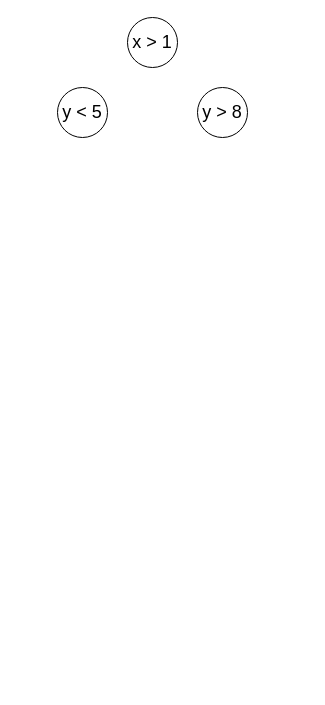
Before: online-random-forest.drawio in Zhang-Liao/draw-io, a draw.io diagram. Source tidied: cells renumbered, new cells numbered last; positions are measured from the earlier drawing's top-left corner, leaving out a move shared by most shapes. Both pictures are drawn from the tidied source at 100%, with x=0, y=0 at pixel (57, 17).
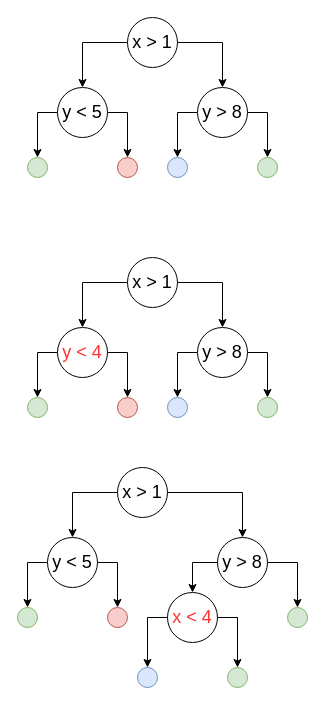
After the change.

Diff of the diagram source:
```diff
@@
+    <mxCell id="5" style="group;" parent="1" vertex="1">
+      <mxGeometry x="-30" width="250" height="160" as="geometry" />
+    </mxCell>
+    <mxCell id="6" style="edgeStyle=orthogonalEdgeStyle;rounded=0;jettySize=auto;html=1;entryX=0.5;entryY=0;entryDx=0;entryDy=0;" parent="5" edge="1" source="2" target="3">
+      <mxGeometry relative="1" as="geometry" />
+    </mxCell>
+    <mxCell id="7" style="edgeStyle=orthogonalEdgeStyle;rounded=0;jettySize=auto;html=1;" parent="5" edge="1" source="2" target="4">
+      <mxGeometry relative="1" as="geometry" />
+    </mxCell>
-    <mxCell id="2" value="&lt;font style=&quot;font-size: 18px;&quot;&gt;x &amp;gt; 1&lt;/font&gt;" style="ellipse;whiteSpace=wrap;html=1;" parent="1" vertex="1">
-      <mxGeometry x="70" width="50" height="50" as="geometry" />
+    <mxCell id="2" value="&lt;font style=&quot;font-size: 18px;&quot;&gt;x &amp;gt; 1&lt;/font&gt;" style="ellipse;whiteSpace=wrap;html=1;" parent="5" vertex="1">
+      <mxGeometry x="100" width="50" height="50" as="geometry" />
     </mxCell>
+    <mxCell id="8" style="edgeStyle=orthogonalEdgeStyle;rounded=0;jettySize=auto;html=1;" parent="5" edge="1" source="3" target="12">
+      <mxGeometry relative="1" as="geometry" />
+    </mxCell>
+    <mxCell id="9" style="edgeStyle=orthogonalEdgeStyle;rounded=0;jettySize=auto;html=1;entryX=0.5;entryY=0;entryDx=0;entryDy=0;" parent="5" edge="1" source="3" target="13">
+      <mxGeometry relative="1" as="geometry" />
+    </mxCell>
-    <mxCell id="3" value="&lt;font style=&quot;font-size: 18px;&quot;&gt;y &amp;lt; 5&lt;/font&gt;" style="ellipse;whiteSpace=wrap;html=1;" parent="1" vertex="1">
-      <mxGeometry y="70" width="50" height="50" as="geometry" />
+    <mxCell id="3" value="&lt;font style=&quot;font-size: 18px;&quot;&gt;y &amp;lt; 5&lt;/font&gt;" style="ellipse;whiteSpace=wrap;html=1;" parent="5" vertex="1">
+      <mxGeometry x="30" y="70" width="50" height="50" as="geometry" />
     </mxCell>
+    <mxCell id="10" style="edgeStyle=orthogonalEdgeStyle;rounded=0;jettySize=auto;html=1;" parent="5" edge="1" source="4" target="15">
+      <mxGeometry relative="1" as="geometry" />
+    </mxCell>
+    <mxCell id="11" style="edgeStyle=orthogonalEdgeStyle;rounded=0;jettySize=auto;html=1;exitX=1;exitY=0.5;exitDx=0;exitDy=0;entryX=0.5;entryY=0;entryDx=0;entryDy=0;" parent="5" edge="1" source="4" target="16">
+      <mxGeometry relative="1" as="geometry" />
+    </mxCell>
-    <mxCell id="4" value="&lt;font style=&quot;font-size: 18px;&quot;&gt;y &amp;gt; 8&lt;/font&gt;" style="ellipse;whiteSpace=wrap;html=1;" parent="1" vertex="1">
-      <mxGeometry x="140" y="70" width="50" height="50" as="geometry" />
+    <mxCell id="4" value="&lt;font style=&quot;font-size: 18px;&quot;&gt;y &amp;gt; 8&lt;/font&gt;" style="ellipse;whiteSpace=wrap;html=1;" parent="5" vertex="1">
+      <mxGeometry x="170" y="70" width="50" height="50" as="geometry" />
     </mxCell>
+    <mxCell id="12" style="ellipse;whiteSpace=wrap;html=1;fillColor=#d5e8d4;strokeColor=#82b366;" parent="5" vertex="1">
+      <mxGeometry y="140" width="20" height="20" as="geometry" />
+    </mxCell>
+    <mxCell id="13" style="ellipse;whiteSpace=wrap;html=1;fillColor=#f8cecc;strokeColor=#b85450;" parent="5" vertex="1">
+      <mxGeometry x="90" y="140" width="20" height="20" as="geometry" />
+    </mxCell>
+    <mxCell id="14" style="edgeStyle=orthogonalEdgeStyle;rounded=0;orthogonalLoop=1;jettySize=auto;html=1;exitX=0.5;exitY=1;exitDx=0;exitDy=0;" parent="5" edge="1" source="13" target="13">
+      <mxGeometry relative="1" as="geometry" />
+    </mxCell>
+    <mxCell id="15" style="ellipse;whiteSpace=wrap;html=1;fillColor=#dae8fc;strokeColor=#6c8ebf;" parent="5" vertex="1">
+      <mxGeometry x="140" y="140" width="20" height="20" as="geometry" />
+    </mxCell>
+    <mxCell id="16" style="ellipse;whiteSpace=wrap;html=1;fillColor=#d5e8d4;strokeColor=#82b366;" parent="5" vertex="1">
+      <mxGeometry x="230" y="140" width="20" height="20" as="geometry" />
+    </mxCell>
+    <mxCell id="17" style="edgeStyle=orthogonalEdgeStyle;rounded=0;jettySize=auto;html=1;entryX=0.5;entryY=0;entryDx=0;entryDy=0;" parent="1" edge="1" source="19" target="22">
+      <mxGeometry relative="1" as="geometry" />
+    </mxCell>
+    <mxCell id="18" style="edgeStyle=orthogonalEdgeStyle;rounded=0;jettySize=auto;html=1;" parent="1" edge="1" source="19" target="25">
+      <mxGeometry relative="1" as="geometry" />
+    </mxCell>
+    <mxCell id="19" value="&lt;font style=&quot;font-size: 18px;&quot;&gt;x &amp;gt; 1&lt;/font&gt;" style="ellipse;whiteSpace=wrap;html=1;" parent="1" vertex="1">
+      <mxGeometry x="60" y="450" width="50" height="50" as="geometry" />
+    </mxCell>
+    <mxCell id="20" style="edgeStyle=orthogonalEdgeStyle;rounded=0;jettySize=auto;html=1;" parent="1" edge="1" source="22" target="26">
+      <mxGeometry relative="1" as="geometry" />
+    </mxCell>
+    <mxCell id="21" style="edgeStyle=orthogonalEdgeStyle;rounded=0;jettySize=auto;html=1;entryX=0.5;entryY=0;entryDx=0;entryDy=0;" parent="1" edge="1" source="22" target="27">
+      <mxGeometry relative="1" as="geometry" />
+    </mxCell>
+    <mxCell id="22" value="&lt;font style=&quot;font-size: 18px;&quot;&gt;y &amp;lt; 5&lt;/font&gt;" style="ellipse;whiteSpace=wrap;html=1;" parent="1" vertex="1">
+      <mxGeometry x="-10" y="520" width="50" height="50" as="geometry" />
+    </mxCell>
+    <mxCell id="23" style="edgeStyle=orthogonalEdgeStyle;rounded=0;jettySize=auto;html=1;exitX=1;exitY=0.5;exitDx=0;exitDy=0;entryX=0.5;entryY=0;entryDx=0;entryDy=0;" parent="1" edge="1" source="25" target="29">
+      <mxGeometry relative="1" as="geometry" />
+    </mxCell>
+    <mxCell id="24" style="edgeStyle=orthogonalEdgeStyle;rounded=0;jettySize=auto;html=1;exitX=0;exitY=0.5;exitDx=0;exitDy=0;" parent="1" edge="1" source="25" target="32">
+      <mxGeometry relative="1" as="geometry" />
+    </mxCell>
+    <mxCell id="25" value="&lt;font style=&quot;font-size: 18px;&quot;&gt;y &amp;gt; 8&lt;/font&gt;" style="ellipse;whiteSpace=wrap;html=1;" parent="1" vertex="1">
+      <mxGeometry x="160" y="520" width="50" height="50" as="geometry" />
+    </mxCell>
+    <mxCell id="26" style="ellipse;whiteSpace=wrap;html=1;fillColor=#d5e8d4;strokeColor=#82b366;" parent="1" vertex="1">
+      <mxGeometry x="-40" y="590" width="20" height="20" as="geometry" />
+    </mxCell>
+    <mxCell id="27" style="ellipse;whiteSpace=wrap;html=1;fillColor=#f8cecc;strokeColor=#b85450;" parent="1" vertex="1">
+      <mxGeometry x="50" y="590" width="20" height="20" as="geometry" />
+    </mxCell>
+    <mxCell id="28" style="edgeStyle=orthogonalEdgeStyle;rounded=0;orthogonalLoop=1;jettySize=auto;html=1;exitX=0.5;exitY=1;exitDx=0;exitDy=0;" parent="1" edge="1" source="27" target="27">
+      <mxGeometry relative="1" as="geometry" />
+    </mxCell>
+    <mxCell id="29" style="ellipse;whiteSpace=wrap;html=1;fillColor=#d5e8d4;strokeColor=#82b366;" parent="1" vertex="1">
+      <mxGeometry x="230" y="590" width="20" height="20" as="geometry" />
+    </mxCell>
+    <mxCell id="30" style="edgeStyle=orthogonalEdgeStyle;rounded=0;jettySize=auto;html=1;entryX=0.5;entryY=0;entryDx=0;entryDy=0;fontColor=#FF3333;" parent="1" edge="1" source="32" target="47">
+      <mxGeometry relative="1" as="geometry" />
+    </mxCell>
+    <mxCell id="31" style="edgeStyle=orthogonalEdgeStyle;rounded=0;jettySize=auto;html=1;exitX=1;exitY=0.5;exitDx=0;exitDy=0;entryX=0.5;entryY=0;entryDx=0;entryDy=0;fontColor=#FF3333;" parent="1" edge="1" source="32" target="48">
+      <mxGeometry relative="1" as="geometry" />
+    </mxCell>
+    <mxCell id="32" value="&lt;font style=&quot;font-size: 18px;&quot;&gt;x &amp;lt; 4&lt;/font&gt;" style="ellipse;whiteSpace=wrap;html=1;fontColor=#FF3333;" parent="1" vertex="1">
+      <mxGeometry x="110" y="575" width="50" height="50" as="geometry" />
+    </mxCell>
+    <mxCell id="33" style="edgeStyle=orthogonalEdgeStyle;rounded=0;jettySize=auto;html=1;entryX=0.5;entryY=0;entryDx=0;entryDy=0;" parent="1" edge="1" source="35" target="38">
+      <mxGeometry relative="1" as="geometry" />
+    </mxCell>
+    <mxCell id="34" style="edgeStyle=orthogonalEdgeStyle;rounded=0;jettySize=auto;html=1;" parent="1" edge="1" source="35" target="41">
+      <mxGeometry relative="1" as="geometry" />
+    </mxCell>
+    <mxCell id="35" value="&lt;font style=&quot;font-size: 18px;&quot;&gt;x &amp;gt; 1&lt;/font&gt;" style="ellipse;whiteSpace=wrap;html=1;" parent="1" vertex="1">
+      <mxGeometry x="70" y="240" width="50" height="50" as="geometry" />
+    </mxCell>
+    <mxCell id="36" style="edgeStyle=orthogonalEdgeStyle;rounded=0;jettySize=auto;html=1;" parent="1" edge="1" source="38" target="42">
+      <mxGeometry relative="1" as="geometry" />
+    </mxCell>
+    <mxCell id="37" style="edgeStyle=orthogonalEdgeStyle;rounded=0;jettySize=auto;html=1;entryX=0.5;entryY=0;entryDx=0;entryDy=0;" parent="1" edge="1" source="38" target="43">
+      <mxGeometry relative="1" as="geometry" />
+    </mxCell>
+    <mxCell id="38" value="&lt;font style=&quot;font-size: 18px; color: rgb(255, 51, 51);&quot;&gt;y &amp;lt; 4&lt;/font&gt;" style="ellipse;whiteSpace=wrap;html=1;" parent="1" vertex="1">
+      <mxGeometry y="310" width="50" height="50" as="geometry" />
+    </mxCell>
+    <mxCell id="39" style="edgeStyle=orthogonalEdgeStyle;rounded=0;jettySize=auto;html=1;" parent="1" edge="1" source="41" target="45">
+      <mxGeometry relative="1" as="geometry" />
+    </mxCell>
+    <mxCell id="40" style="edgeStyle=orthogonalEdgeStyle;rounded=0;jettySize=auto;html=1;exitX=1;exitY=0.5;exitDx=0;exitDy=0;entryX=0.5;entryY=0;entryDx=0;entryDy=0;" parent="1" edge="1" source="41" target="46">
+      <mxGeometry relative="1" as="geometry" />
+    </mxCell>
+    <mxCell id="41" value="&lt;font style=&quot;font-size: 18px;&quot;&gt;y &amp;gt; 8&lt;/font&gt;" style="ellipse;whiteSpace=wrap;html=1;" parent="1" vertex="1">
+      <mxGeometry x="140" y="310" width="50" height="50" as="geometry" />
+    </mxCell>
+    <mxCell id="42" style="ellipse;whiteSpace=wrap;html=1;fillColor=#d5e8d4;strokeColor=#82b366;" parent="1" vertex="1">
+      <mxGeometry x="-30" y="380" width="20" height="20" as="geometry" />
+    </mxCell>
+    <mxCell id="43" style="ellipse;whiteSpace=wrap;html=1;fillColor=#f8cecc;strokeColor=#b85450;" parent="1" vertex="1">
+      <mxGeometry x="60" y="380" width="20" height="20" as="geometry" />
+    </mxCell>
+    <mxCell id="44" style="edgeStyle=orthogonalEdgeStyle;rounded=0;orthogonalLoop=1;jettySize=auto;html=1;exitX=0.5;exitY=1;exitDx=0;exitDy=0;" parent="1" edge="1" source="43" target="43">
+      <mxGeometry relative="1" as="geometry" />
+    </mxCell>
+    <mxCell id="45" style="ellipse;whiteSpace=wrap;html=1;fillColor=#dae8fc;strokeColor=#6c8ebf;" parent="1" vertex="1">
+      <mxGeometry x="110" y="380" width="20" height="20" as="geometry" />
+    </mxCell>
+    <mxCell id="46" style="ellipse;whiteSpace=wrap;html=1;fillColor=#d5e8d4;strokeColor=#82b366;" parent="1" vertex="1">
+      <mxGeometry x="200" y="380" width="20" height="20" as="geometry" />
+    </mxCell>
+    <mxCell id="47" style="ellipse;whiteSpace=wrap;html=1;fillColor=#dae8fc;strokeColor=#6c8ebf;fontColor=#FF3333;" parent="1" vertex="1">
+      <mxGeometry x="80" y="650" width="20" height="20" as="geometry" />
+    </mxCell>
+    <mxCell id="48" style="ellipse;whiteSpace=wrap;html=1;fillColor=#d5e8d4;strokeColor=#82b366;fontColor=#FF3333;" parent="1" vertex="1">
+      <mxGeometry x="170" y="650" width="20" height="20" as="geometry" />
+    </mxCell>
```
